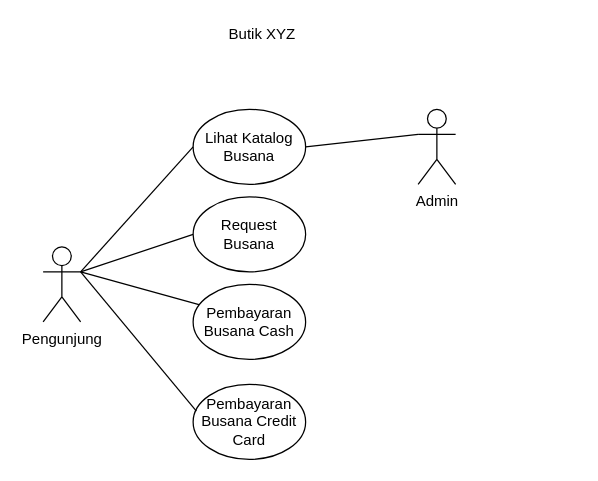
Earlier version of the draw.io diagram Untitled Diagram.drawio (kajikasama/yui-project). Source tidied: cells renumbered, new cells numbered last; positions are measured from the earlier drawing's top-left corner, leaving out a move shared by most shapes. Both pictures are drawn from the tidied source at 125%, with x=0, y=0 at pixel (42, 21).
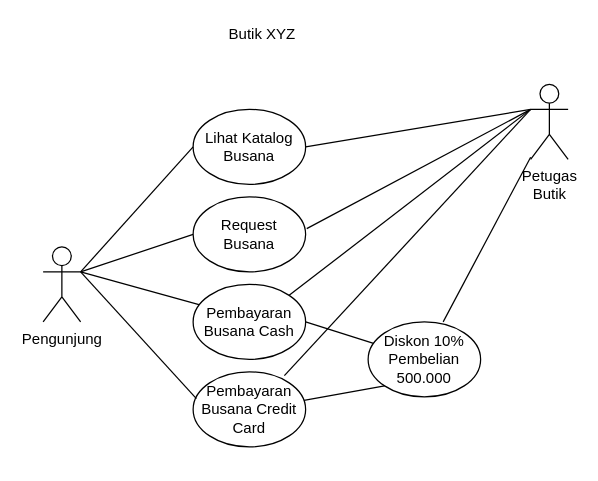
The same diagram, later.

Unchanged cells that the change refers to:
```xml
<mxCell id="3" value="Lihat Katalog Busana" style="ellipse;whiteSpace=wrap;html=1;" parent="1" vertex="1">
  <mxGeometry x="120" y="70" width="90" height="60" as="geometry" />
</mxCell>
<mxCell id="4" value="Request Busana" style="ellipse;whiteSpace=wrap;html=1;" parent="1" vertex="1">
  <mxGeometry x="120" y="140" width="90" height="60" as="geometry" />
</mxCell>
<mxCell id="5" value="Pembayaran&lt;br&gt;Busana Cash" style="ellipse;whiteSpace=wrap;html=1;" parent="1" vertex="1">
  <mxGeometry x="120" y="210" width="90" height="60" as="geometry" />
</mxCell>
```

The edit, as a diff of the source:
```diff
@@
-    <mxCell id="6" value="Admin" style="shape=umlActor;verticalLabelPosition=bottom;verticalAlign=top;html=1;outlineConnect=0;" parent="1" vertex="1">
-      <mxGeometry x="300" y="70" width="30" height="60" as="geometry" />
+    <mxCell id="6" value="Petugas&lt;br&gt;Butik" style="shape=umlActor;verticalLabelPosition=bottom;verticalAlign=top;html=1;outlineConnect=0;" parent="1" vertex="1">
+      <mxGeometry x="390" y="50" width="30" height="60" as="geometry" />
     </mxCell>
@@
-    <mxCell id="9" style="endArrow=none;html=1;entryX=0;entryY=0.5;entryDx=0;entryDy=0;exitX=1;exitY=0.5;exitDx=0;exitDy=0;" parent="1" edge="1" source="3">
-      <mxGeometry relative="1" as="geometry">
-        <mxPoint x="300" y="90" as="targetPoint" />
-      </mxGeometry>
+    <mxCell id="9" style="endArrow=none;html=1;exitX=1;exitY=0.5;exitDx=0;exitDy=0;entryX=0;entryY=0.3333333333333333;entryDx=0;entryDy=0;entryPerimeter=0;" parent="1" edge="1" source="3" target="6">
+      <mxGeometry relative="1" as="geometry" />
     </mxCell>
@@
     <mxCell id="12" value="Pembayaran&lt;br&gt;Busana Credit Card" style="ellipse;whiteSpace=wrap;html=1;" parent="1" vertex="1">
-      <mxGeometry x="120" y="290" width="90" height="60" as="geometry" />
+      <mxGeometry x="120" y="280" width="90" height="60" as="geometry" />
     </mxCell>
@@
+    <mxCell id="14" value="Diskon 10%&lt;br&gt;Pembelian 500.000" style="ellipse;whiteSpace=wrap;html=1;" parent="1" vertex="1">
+      <mxGeometry x="260" y="240" width="90" height="60" as="geometry" />
+    </mxCell>
+    <mxCell id="15" style="endArrow=none;html=1;exitX=1;exitY=0.5;exitDx=0;exitDy=0;" parent="1" edge="1" source="5" target="14">
+      <mxGeometry relative="1" as="geometry" />
+    </mxCell>
+    <mxCell id="16" style="endArrow=none;html=1;entryX=0;entryY=1;entryDx=0;entryDy=0;" parent="1" edge="1" source="12" target="14">
+      <mxGeometry relative="1" as="geometry" />
+    </mxCell>
+    <mxCell id="17" style="endArrow=none;html=1;exitX=1.01;exitY=0.424;exitDx=0;exitDy=0;exitPerimeter=0;" parent="1" edge="1" source="4">
+      <mxGeometry relative="1" as="geometry">
+        <mxPoint x="390" y="70" as="targetPoint" />
+      </mxGeometry>
+    </mxCell>
+    <mxCell id="18" style="endArrow=none;html=1;exitX=1;exitY=0;exitDx=0;exitDy=0;" parent="1" edge="1" source="5">
+      <mxGeometry relative="1" as="geometry">
+        <mxPoint x="390" y="70" as="targetPoint" />
+      </mxGeometry>
+    </mxCell>
+    <mxCell id="19" style="endArrow=none;html=1;" parent="1" edge="1">
+      <mxGeometry relative="1" as="geometry">
+        <mxPoint x="193" y="283" as="sourcePoint" />
+        <mxPoint x="390" y="70" as="targetPoint" />
+      </mxGeometry>
+    </mxCell>
+    <mxCell id="20" style="endArrow=none;html=1;exitX=0.667;exitY=0;exitDx=0;exitDy=0;exitPerimeter=0;" parent="1" edge="1" source="14" target="6">
+      <mxGeometry relative="1" as="geometry" />
+    </mxCell>
```
